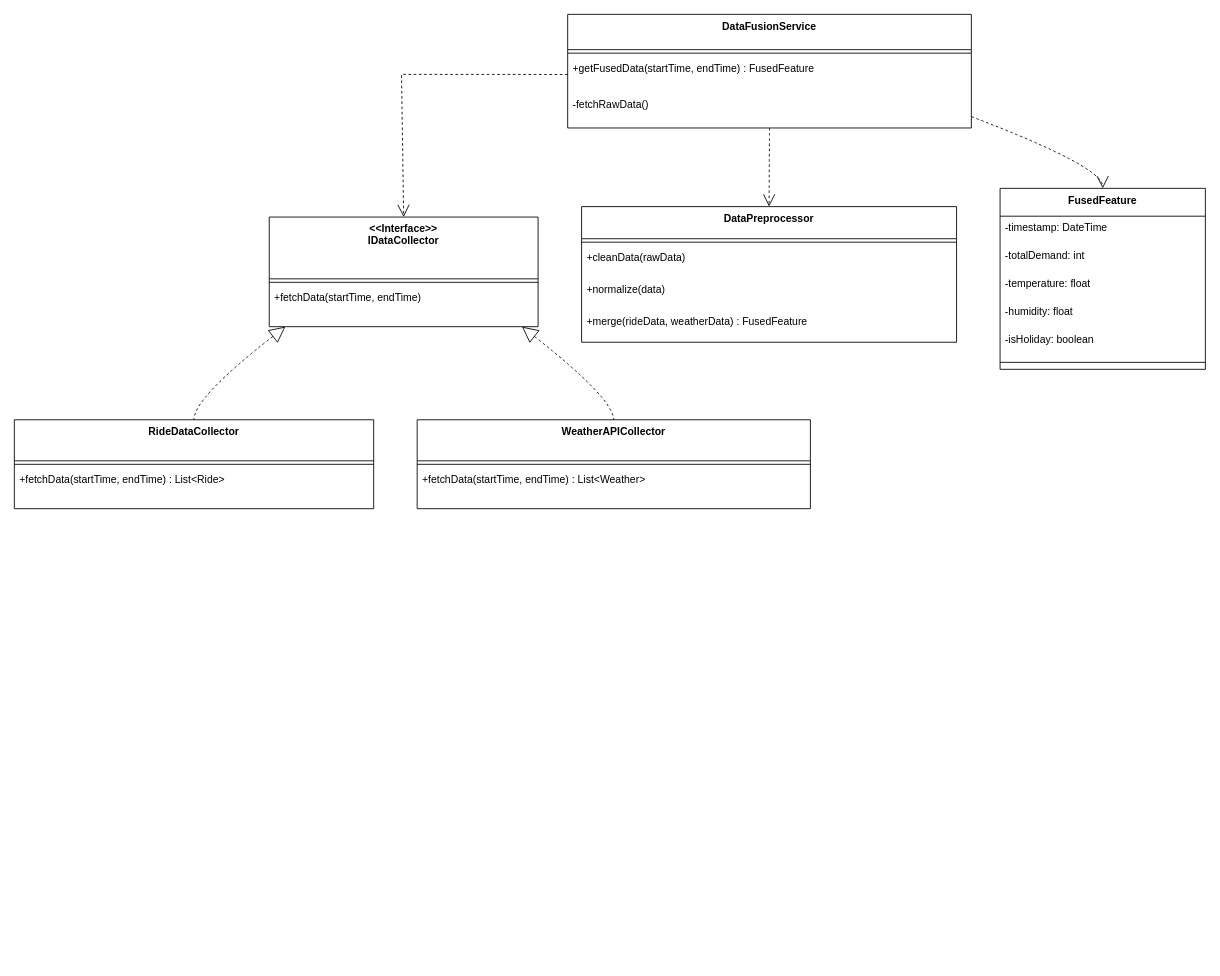
Above: 车站流量类图1.drawio in Lxlorange/drawio (draw.io), before the change. Source tidied: cells renumbered, new cells numbered last; positions are measured from the earlier drawing's top-left corner, leaving out a move shared by most shapes. Both pictures are drawn from the tidied source at 87%, with x=0, y=0 at pixel (14, 14).
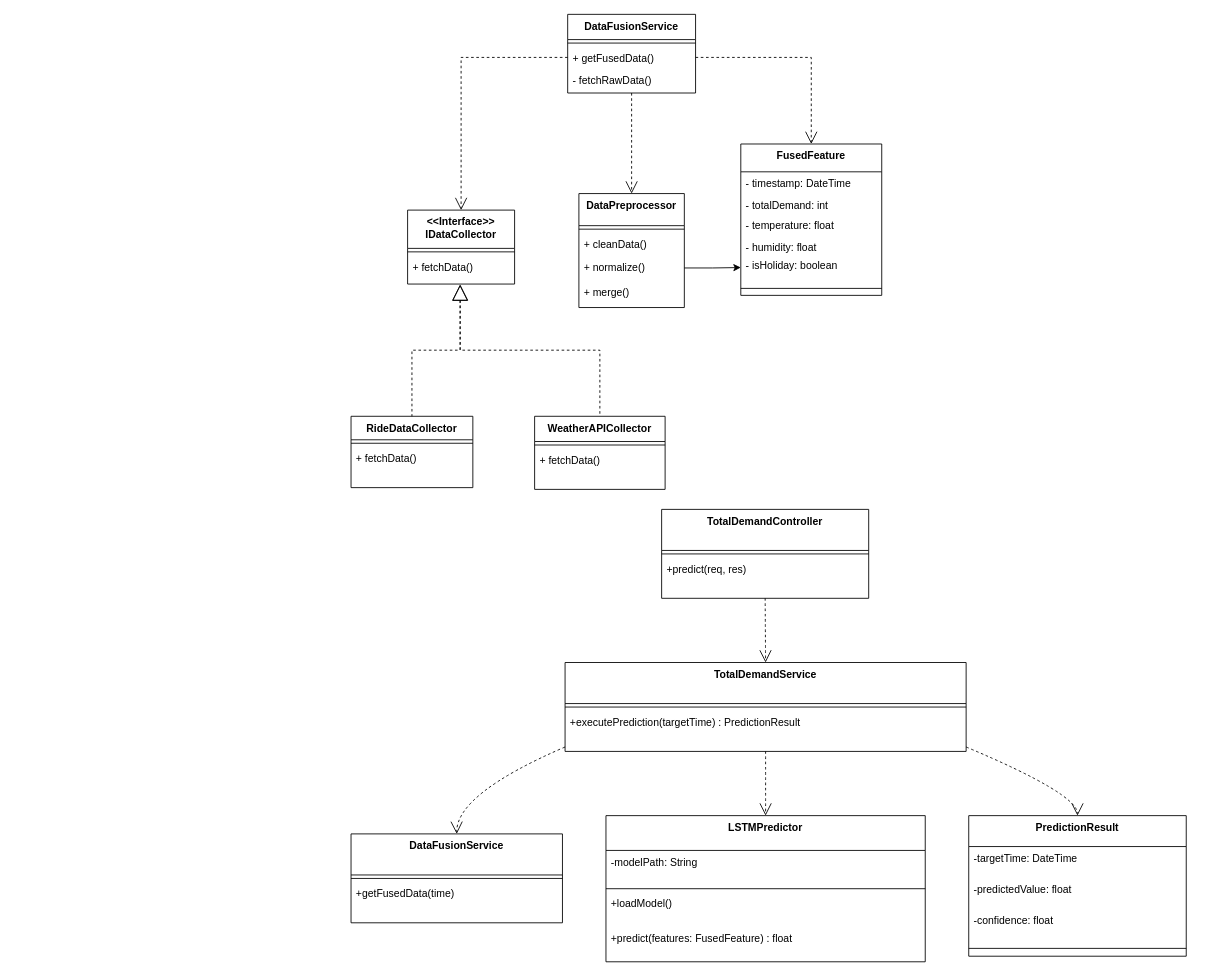
The same diagram, later.

Commit message (it also covers changes not shown here):
Update 车站流量类图1.drawio

Change to the diagram source:
```diff
@@
-    <mxCell id="2" value="DataFusionService" style="swimlane;fontStyle=1;align=center;verticalAlign=top;horizontal=1;startSize=40.571790422712056;" parent="1" vertex="1">
-      <mxGeometry x="636" width="464" height="130.6" as="geometry" />
+    <mxCell id="2" value="DataFusionService" style="swimlane;fontStyle=1;align=center;verticalAlign=top;horizontal=1;startSize=29;" parent="1" vertex="1">
+      <mxGeometry x="636" width="147" height="90.4" as="geometry" />
     </mxCell>
     <mxCell id="3" style="line;strokeWidth=1;fillColor=none;align=left;verticalAlign=middle;spacingTop=-1;spacingLeft=3;spacingRight=3;labelPosition=right;strokeColor=inherit;" parent="2" vertex="1">
-      <mxGeometry y="40.6" width="464" height="8" as="geometry" />
+      <mxGeometry y="29" width="147" height="8" as="geometry" />
     </mxCell>
-    <mxCell id="4" value="+getFusedData(startTime, endTime) : FusedFeature" style="text;strokeColor=none;fillColor=none;align=left;verticalAlign=top;spacingLeft=4;spacingRight=4;overflow=hidden;points=[[0,0.5],[1,0.5]];portConstraint=eastwest;" parent="2" vertex="1">
-      <mxGeometry y="48.6" width="464" height="41" as="geometry" />
+    <mxCell id="4" value="+ getFusedData()" style="text;strokeColor=none;fillColor=none;align=left;verticalAlign=top;spacingLeft=4;spacingRight=4;overflow=hidden;points=[[0,0.5],[1,0.5]];portConstraint=eastwest;" parent="2" vertex="1">
+      <mxGeometry y="37" width="147" height="25" as="geometry" />
     </mxCell>
-    <mxCell id="5" value="-fetchRawData()" style="text;strokeColor=none;fillColor=none;align=left;verticalAlign=top;spacingLeft=4;spacingRight=4;overflow=hidden;" parent="2" vertex="1">
-      <mxGeometry y="89.6" width="464" height="41" as="geometry" />
+    <mxCell id="5" value="- fetchRawData()" style="text;strokeColor=none;fillColor=none;align=left;verticalAlign=top;spacingLeft=4;spacingRight=4;overflow=hidden;" parent="2" vertex="1">
+      <mxGeometry y="62" width="147" height="28.4" as="geometry" />
     </mxCell>
-    <mxCell id="6" value="&lt;&lt;Interface&gt;&gt;&#10;IDataCollector" style="swimlane;fontStyle=1;align=center;verticalAlign=top;horizontal=1;startSize=71.0006332397461;" parent="1" vertex="1">
-      <mxGeometry x="293" y="233" width="309" height="126" as="geometry" />
+    <mxCell id="6" value="&lt;&lt;Interface&gt;&gt;&#10;IDataCollector" style="swimlane;fontStyle=1;align=center;verticalAlign=top;horizontal=1;startSize=44;" parent="1" vertex="1">
+      <mxGeometry x="452" y="225" width="123" height="85" as="geometry" />
     </mxCell>
     <mxCell id="7" style="line;strokeWidth=1;fillColor=none;align=left;verticalAlign=middle;spacingTop=-1;spacingLeft=3;spacingRight=3;labelPosition=right;strokeColor=inherit;" parent="6" vertex="1">
-      <mxGeometry y="71" width="309" height="8" as="geometry" />
+      <mxGeometry y="44" width="123" height="8" as="geometry" />
     </mxCell>
-    <mxCell id="8" value="+fetchData(startTime, endTime)" style="text;strokeColor=none;fillColor=none;align=left;verticalAlign=top;spacingLeft=4;spacingRight=4;overflow=hidden;points=[[0,0.5],[1,0.5]];portConstraint=eastwest;" parent="6" vertex="1">
-      <mxGeometry y="79" width="309" height="47" as="geometry" />
+    <mxCell id="8" value="+ fetchData()" style="text;strokeColor=none;fillColor=none;align=left;verticalAlign=top;spacingLeft=4;spacingRight=4;overflow=hidden;points=[[0,0.5],[1,0.5]];portConstraint=eastwest;" parent="6" vertex="1">
+      <mxGeometry y="52" width="123" height="33" as="geometry" />
     </mxCell>
-    <mxCell id="9" value="RideDataCollector" style="swimlane;fontStyle=1;align=center;verticalAlign=top;horizontal=1;startSize=47.200338745117186;" parent="1" vertex="1">
-      <mxGeometry y="466" width="413" height="102.2" as="geometry" />
+    <mxCell id="9" value="RideDataCollector" style="swimlane;fontStyle=1;align=center;verticalAlign=top;horizontal=1;startSize=27;" parent="1" vertex="1">
+      <mxGeometry x="387" y="462" width="140" height="82" as="geometry" />
     </mxCell>
     <mxCell id="10" style="line;strokeWidth=1;fillColor=none;align=left;verticalAlign=middle;spacingTop=-1;spacingLeft=3;spacingRight=3;labelPosition=right;strokeColor=inherit;" parent="9" vertex="1">
-      <mxGeometry y="47.2" width="413" height="8" as="geometry" />
+      <mxGeometry y="27" width="140" height="8" as="geometry" />
     </mxCell>
-    <mxCell id="11" value="+fetchData(startTime, endTime) : List&lt;Ride&gt;" style="text;strokeColor=none;fillColor=none;align=left;verticalAlign=top;spacingLeft=4;spacingRight=4;overflow=hidden;" parent="9" vertex="1">
-      <mxGeometry y="55.2" width="413" height="47" as="geometry" />
+    <mxCell id="11" value="+ fetchData() " style="text;strokeColor=none;fillColor=none;align=left;verticalAlign=top;spacingLeft=4;spacingRight=4;overflow=hidden;" parent="9" vertex="1">
+      <mxGeometry y="35" width="140" height="47" as="geometry" />
     </mxCell>
-    <mxCell id="12" value="WeatherAPICollector" style="swimlane;fontStyle=1;align=center;verticalAlign=top;horizontal=1;startSize=47.200338745117186;" parent="1" vertex="1">
-      <mxGeometry x="463" y="466" width="452" height="102.2" as="geometry" />
+    <mxCell id="12" value="WeatherAPICollector" style="swimlane;fontStyle=1;align=center;verticalAlign=top;horizontal=1;startSize=29;" parent="1" vertex="1">
+      <mxGeometry x="598" y="462" width="150" height="84" as="geometry" />
     </mxCell>
     <mxCell id="13" style="line;strokeWidth=1;fillColor=none;align=left;verticalAlign=middle;spacingTop=-1;spacingLeft=3;spacingRight=3;labelPosition=right;strokeColor=inherit;" parent="12" vertex="1">
-      <mxGeometry y="47.2" width="452" height="8" as="geometry" />
+      <mxGeometry y="29" width="150" height="8" as="geometry" />
     </mxCell>
-    <mxCell id="14" value="+fetchData(startTime, endTime) : List&lt;Weather&gt;" style="text;strokeColor=none;fillColor=none;align=left;verticalAlign=top;spacingLeft=4;spacingRight=4;overflow=hidden;" parent="12" vertex="1">
-      <mxGeometry y="55.2" width="452" height="47" as="geometry" />
+    <mxCell id="14" value="+ fetchData() " style="text;strokeColor=none;fillColor=none;align=left;verticalAlign=top;spacingLeft=4;spacingRight=4;overflow=hidden;" parent="12" vertex="1">
+      <mxGeometry y="37" width="150" height="47" as="geometry" />
     </mxCell>
     <mxCell id="15" value="DataPreprocessor" style="swimlane;fontStyle=1;align=center;verticalAlign=top;horizontal=1;startSize=36.889261881510414;" parent="1" vertex="1">
-      <mxGeometry x="652" y="221" width="431" height="155.9" as="geometry" />
+      <mxGeometry x="648.9" y="206" width="121.2" height="131" as="geometry" />
     </mxCell>
     <mxCell id="16" style="line;strokeWidth=1;fillColor=none;align=left;verticalAlign=middle;spacingTop=-1;spacingLeft=3;spacingRight=3;labelPosition=right;strokeColor=inherit;" parent="15" vertex="1">
-      <mxGeometry y="36.9" width="431" height="8" as="geometry" />
+      <mxGeometry y="36.9" width="121.2" height="8" as="geometry" />
     </mxCell>
-    <mxCell id="17" value="+cleanData(rawData)" style="text;strokeColor=none;fillColor=none;align=left;verticalAlign=top;spacingLeft=4;spacingRight=4;overflow=hidden;" parent="15" vertex="1">
-      <mxGeometry y="44.9" width="431" height="37" as="geometry" />
+    <mxCell id="17" value="+ cleanData()" style="text;strokeColor=none;fillColor=none;align=left;verticalAlign=top;spacingLeft=4;spacingRight=4;overflow=hidden;" parent="15" vertex="1">
+      <mxGeometry y="44.9" width="121.2" height="26.1" as="geometry" />
     </mxCell>
-    <mxCell id="18" value="+normalize(data)" style="text;strokeColor=none;fillColor=none;align=left;verticalAlign=top;spacingLeft=4;spacingRight=4;overflow=hidden;points=[[0,0.5],[1,0.5]];portConstraint=eastwest;" parent="15" vertex="1">
-      <mxGeometry y="81.9" width="431" height="37" as="geometry" />
+    <mxCell id="18" value="+ normalize()" style="text;strokeColor=none;fillColor=none;align=left;verticalAlign=top;spacingLeft=4;spacingRight=4;overflow=hidden;points=[[0,0.5],[1,0.5]];portConstraint=eastwest;" parent="15" vertex="1">
+      <mxGeometry y="71" width="121.2" height="29" as="geometry" />
     </mxCell>
-    <mxCell id="19" value="+merge(rideData, weatherData) : FusedFeature" style="text;strokeColor=none;fillColor=none;align=left;verticalAlign=top;spacingLeft=4;spacingRight=4;overflow=hidden;" parent="15" vertex="1">
-      <mxGeometry y="118.9" width="431" height="37" as="geometry" />
+    <mxCell id="19" value="+ merge() " style="text;strokeColor=none;fillColor=none;align=left;verticalAlign=top;spacingLeft=4;spacingRight=4;overflow=hidden;" parent="15" vertex="1">
+      <mxGeometry y="100" width="121.2" height="31" as="geometry" />
     </mxCell>
     <mxCell id="20" value="FusedFeature" style="swimlane;fontStyle=1;align=center;verticalAlign=top;horizontal=1;startSize=32.000387338491585;" parent="1" vertex="1">
-      <mxGeometry x="1133" y="200" width="236" height="208" as="geometry" />
+      <mxGeometry x="835" y="149" width="162" height="174" as="geometry" />
     </mxCell>
-    <mxCell id="21" value="-timestamp: DateTime" style="text;strokeColor=none;fillColor=none;align=left;verticalAlign=top;spacingLeft=4;spacingRight=4;overflow=hidden;" parent="20" vertex="1">
-      <mxGeometry y="32" width="236" height="32" as="geometry" />
+    <mxCell id="21" value="- timestamp: DateTime" style="text;strokeColor=none;fillColor=none;align=left;verticalAlign=top;spacingLeft=4;spacingRight=4;overflow=hidden;" parent="20" vertex="1">
+      <mxGeometry y="32" width="162" height="25" as="geometry" />
     </mxCell>
-    <mxCell id="22" value="-totalDemand: int" style="text;strokeColor=none;fillColor=none;align=left;verticalAlign=top;spacingLeft=4;spacingRight=4;overflow=hidden;" parent="20" vertex="1">
-      <mxGeometry y="64" width="236" height="32" as="geometry" />
+    <mxCell id="22" value="- totalDemand: int" style="text;strokeColor=none;fillColor=none;align=left;verticalAlign=top;spacingLeft=4;spacingRight=4;overflow=hidden;" parent="20" vertex="1">
+      <mxGeometry y="57" width="162" height="23" as="geometry" />
     </mxCell>
-    <mxCell id="23" value="-temperature: float" style="text;strokeColor=none;fillColor=none;align=left;verticalAlign=top;spacingLeft=4;spacingRight=4;overflow=hidden;" parent="20" vertex="1">
-      <mxGeometry y="96" width="236" height="32" as="geometry" />
+    <mxCell id="23" value="- temperature: float" style="text;strokeColor=none;fillColor=none;align=left;verticalAlign=top;spacingLeft=4;spacingRight=4;overflow=hidden;" parent="20" vertex="1">
+      <mxGeometry y="80" width="162" height="25" as="geometry" />
     </mxCell>
-    <mxCell id="24" value="-humidity: float" style="text;strokeColor=none;fillColor=none;align=left;verticalAlign=top;spacingLeft=4;spacingRight=4;overflow=hidden;" parent="20" vertex="1">
-      <mxGeometry y="128" width="236" height="32" as="geometry" />
+    <mxCell id="24" value="- humidity: float" style="text;strokeColor=none;fillColor=none;align=left;verticalAlign=top;spacingLeft=4;spacingRight=4;overflow=hidden;" parent="20" vertex="1">
+      <mxGeometry y="105" width="162" height="21" as="geometry" />
     </mxCell>
-    <mxCell id="25" value="-isHoliday: boolean" style="text;strokeColor=none;fillColor=none;align=left;verticalAlign=top;spacingLeft=4;spacingRight=4;overflow=hidden;points=[[0,0.5],[1,0.5]];portConstraint=eastwest;" parent="20" vertex="1">
-      <mxGeometry y="160" width="236" height="32" as="geometry" />
+    <mxCell id="25" value="- isHoliday: boolean" style="text;strokeColor=none;fillColor=none;align=left;verticalAlign=top;spacingLeft=4;spacingRight=4;overflow=hidden;points=[[0,0.5],[1,0.5]];portConstraint=eastwest;" parent="20" vertex="1">
+      <mxGeometry y="126" width="162" height="32" as="geometry" />
     </mxCell>
     <mxCell id="26" style="line;strokeWidth=1;fillColor=none;align=left;verticalAlign=middle;spacingTop=-1;spacingLeft=3;spacingRight=3;labelPosition=right;strokeColor=inherit;" parent="20" vertex="1">
-      <mxGeometry y="192" width="236" height="16" as="geometry" />
+      <mxGeometry y="158" width="162" height="16" as="geometry" />
     </mxCell>
-    <mxCell id="27" style="curved=0;dashed=1;startArrow=none;endArrow=open;endSize=12;exitX=0;exitY=0.5;entryX=0.5;entryY=0;rounded=0;exitDx=0;exitDy=0;" parent="1" edge="1" source="4" target="6">
-      <mxGeometry relative="1" as="geometry">
-        <Array as="points">
-          <mxPoint x="445" y="69" />
-        </Array>
-      </mxGeometry>
+    <mxCell id="27" style="dashed=1;startArrow=none;endArrow=open;endSize=12;exitX=0;exitY=0.5;entryX=0.5;entryY=0;rounded=0;exitDx=0;exitDy=0;edgeStyle=orthogonalEdgeStyle;" parent="1" edge="1" source="4" target="6">
+      <mxGeometry relative="1" as="geometry" />
     </mxCell>
-    <mxCell id="28" style="curved=1;dashed=1;startArrow=block;startSize=16;startFill=0;endArrow=none;exitX=0.06;exitY=1;entryX=0.5;entryY=0;rounded=0;" parent="1" edge="1" source="6" target="9">
-      <mxGeometry relative="1" as="geometry">
-        <Array as="points">
-          <mxPoint x="206" y="441" />
-        </Array>
-      </mxGeometry>
+    <mxCell id="28" style="dashed=1;startArrow=block;startSize=16;startFill=0;endArrow=none;exitX=0.49;exitY=1.022;entryX=0.5;entryY=0;rounded=0;edgeStyle=orthogonalEdgeStyle;exitDx=0;exitDy=0;exitPerimeter=0;" parent="1" edge="1" source="8" target="9">
+      <mxGeometry relative="1" as="geometry" />
     </mxCell>
-    <mxCell id="29" style="curved=1;dashed=1;startArrow=block;startSize=16;startFill=0;endArrow=none;exitX=0.94;exitY=1;entryX=0.5;entryY=0;rounded=0;" parent="1" edge="1" source="6" target="12">
-      <mxGeometry relative="1" as="geometry">
-        <Array as="points">
-          <mxPoint x="688" y="441" />
-        </Array>
-      </mxGeometry>
+    <mxCell id="29" style="dashed=1;startArrow=block;startSize=16;startFill=0;endArrow=none;exitX=0.492;exitY=1.013;entryX=0.5;entryY=0;rounded=0;edgeStyle=orthogonalEdgeStyle;exitDx=0;exitDy=0;exitPerimeter=0;" parent="1" edge="1" source="8" target="12">
+      <mxGeometry relative="1" as="geometry" />
     </mxCell>
-    <mxCell id="30" style="curved=1;dashed=1;startArrow=none;endArrow=open;endSize=12;exitX=0.5;exitY=1;entryX=0.5;entryY=0;rounded=0;" parent="1" edge="1" source="2" target="15">
+    <mxCell id="30" style="dashed=1;startArrow=none;endArrow=open;endSize=12;exitX=0.5;exitY=1;entryX=0.5;entryY=0;rounded=0;edgeStyle=orthogonalEdgeStyle;" parent="1" edge="1" source="2" target="15">
       <mxGeometry relative="1" as="geometry" />
     </mxCell>
-    <mxCell id="31" style="curved=1;dashed=1;startArrow=none;endArrow=open;endSize=12;exitX=1;exitY=0.9;entryX=0.5;entryY=0;rounded=0;" parent="1" edge="1" source="2" target="20">
-      <mxGeometry relative="1" as="geometry">
-        <Array as="points">
-          <mxPoint x="1251" y="175" />
-        </Array>
-      </mxGeometry>
+    <mxCell id="31" style="dashed=1;startArrow=none;endArrow=open;endSize=12;entryX=0.5;entryY=0;rounded=0;edgeStyle=orthogonalEdgeStyle;" parent="1" edge="1" source="4" target="20">
+      <mxGeometry relative="1" as="geometry" />
     </mxCell>
+    <mxCell id="32" style="edgeStyle=orthogonalEdgeStyle;rounded=0;jettySize=auto;html=1;" parent="1" edge="1" source="18" target="25">
+      <mxGeometry relative="1" as="geometry" />
+    </mxCell>
+    <mxCell id="33" value="TotalDemandController" style="swimlane;fontStyle=1;align=center;verticalAlign=top;horizontal=1;startSize=47.200338745117186;" parent="1" vertex="1">
+      <mxGeometry x="744" y="569" width="238" height="102.2" as="geometry" />
+    </mxCell>
+    <mxCell id="34" style="line;strokeWidth=1;fillColor=none;align=left;verticalAlign=middle;spacingTop=-1;spacingLeft=3;spacingRight=3;labelPosition=right;strokeColor=inherit;" parent="33" vertex="1">
+      <mxGeometry y="47.2" width="238" height="8" as="geometry" />
+    </mxCell>
+    <mxCell id="35" value="+predict(req, res)" style="text;strokeColor=none;fillColor=none;align=left;verticalAlign=top;spacingLeft=4;spacingRight=4;overflow=hidden;" parent="33" vertex="1">
+      <mxGeometry y="55.2" width="238" height="47" as="geometry" />
+    </mxCell>
+    <mxCell id="36" value="TotalDemandService" style="swimlane;fontStyle=1;align=center;verticalAlign=top;horizontal=1;startSize=47.200338745117186;" parent="1" vertex="1">
+      <mxGeometry x="633" y="745" width="461" height="102.2" as="geometry" />
+    </mxCell>
+    <mxCell id="37" style="line;strokeWidth=1;fillColor=none;align=left;verticalAlign=middle;spacingTop=-1;spacingLeft=3;spacingRight=3;labelPosition=right;strokeColor=inherit;" parent="36" vertex="1">
+      <mxGeometry y="47.2" width="461" height="8" as="geometry" />
+    </mxCell>
+    <mxCell id="38" value="+executePrediction(targetTime) : PredictionResult" style="text;strokeColor=none;fillColor=none;align=left;verticalAlign=top;spacingLeft=4;spacingRight=4;overflow=hidden;" parent="36" vertex="1">
+      <mxGeometry y="55.2" width="461" height="47" as="geometry" />
+    </mxCell>
+    <mxCell id="39" value="DataFusionService" style="swimlane;fontStyle=1;align=center;verticalAlign=top;horizontal=1;startSize=47.200338745117186;" parent="1" vertex="1">
+      <mxGeometry x="387" y="942" width="243" height="102.2" as="geometry" />
+    </mxCell>
+    <mxCell id="40" style="line;strokeWidth=1;fillColor=none;align=left;verticalAlign=middle;spacingTop=-1;spacingLeft=3;spacingRight=3;labelPosition=right;strokeColor=inherit;" parent="39" vertex="1">
+      <mxGeometry y="47.2" width="243" height="8" as="geometry" />
+    </mxCell>
+    <mxCell id="41" value="+getFusedData(time)" style="text;strokeColor=none;fillColor=none;align=left;verticalAlign=top;spacingLeft=4;spacingRight=4;overflow=hidden;" parent="39" vertex="1">
+      <mxGeometry y="55.2" width="243" height="47" as="geometry" />
+    </mxCell>
+    <mxCell id="42" value="LSTMPredictor" style="swimlane;fontStyle=1;align=center;verticalAlign=top;horizontal=1;startSize=40.00041961669922;" parent="1" vertex="1">
+      <mxGeometry x="680" y="921" width="367" height="168" as="geometry" />
+    </mxCell>
+    <mxCell id="43" value="-modelPath: String" style="text;strokeColor=none;fillColor=none;align=left;verticalAlign=top;spacingLeft=4;spacingRight=4;overflow=hidden;" parent="42" vertex="1">
+      <mxGeometry y="40" width="367" height="40" as="geometry" />
+    </mxCell>
+    <mxCell id="44" style="line;strokeWidth=1;fillColor=none;align=left;verticalAlign=middle;spacingTop=-1;spacingLeft=3;spacingRight=3;labelPosition=right;strokeColor=inherit;" parent="42" vertex="1">
+      <mxGeometry y="80" width="367" height="8" as="geometry" />
+    </mxCell>
+    <mxCell id="45" value="+loadModel()" style="text;strokeColor=none;fillColor=none;align=left;verticalAlign=top;spacingLeft=4;spacingRight=4;overflow=hidden;" parent="42" vertex="1">
+      <mxGeometry y="88" width="367" height="40" as="geometry" />
+    </mxCell>
+    <mxCell id="46" value="+predict(features: FusedFeature) : float" style="text;strokeColor=none;fillColor=none;align=left;verticalAlign=top;spacingLeft=4;spacingRight=4;overflow=hidden;" parent="42" vertex="1">
+      <mxGeometry y="128" width="367" height="40" as="geometry" />
+    </mxCell>
+    <mxCell id="47" value="PredictionResult" style="swimlane;fontStyle=1;align=center;verticalAlign=top;horizontal=1;startSize=35.555928548177086;" parent="1" vertex="1">
+      <mxGeometry x="1097" y="921" width="250" height="161.6" as="geometry" />
+    </mxCell>
+    <mxCell id="48" value="-targetTime: DateTime" style="text;strokeColor=none;fillColor=none;align=left;verticalAlign=top;spacingLeft=4;spacingRight=4;overflow=hidden;" parent="47" vertex="1">
+      <mxGeometry y="35.6" width="250" height="36" as="geometry" />
+    </mxCell>
+    <mxCell id="49" value="-predictedValue: float" style="text;strokeColor=none;fillColor=none;align=left;verticalAlign=top;spacingLeft=4;spacingRight=4;overflow=hidden;" parent="47" vertex="1">
+      <mxGeometry y="71.6" width="250" height="36" as="geometry" />
+    </mxCell>
+    <mxCell id="50" value="-confidence: float" style="text;strokeColor=none;fillColor=none;align=left;verticalAlign=top;spacingLeft=4;spacingRight=4;overflow=hidden;" parent="47" vertex="1">
+      <mxGeometry y="107.6" width="250" height="36" as="geometry" />
+    </mxCell>
+    <mxCell id="51" style="line;strokeWidth=1;fillColor=none;align=left;verticalAlign=middle;spacingTop=-1;spacingLeft=3;spacingRight=3;labelPosition=right;strokeColor=inherit;" parent="47" vertex="1">
+      <mxGeometry y="143.6" width="250" height="18" as="geometry" />
+    </mxCell>
+    <mxCell id="52" style="curved=1;dashed=1;startArrow=none;endArrow=open;endSize=12;exitX=0.5;exitY=1;entryX=0.5;entryY=0;rounded=0;" parent="1" edge="1" source="33" target="36">
+      <mxGeometry relative="1" as="geometry" />
+    </mxCell>
+    <mxCell id="53" style="curved=1;dashed=1;startArrow=none;endArrow=open;endSize=12;exitX=0;exitY=0.95;entryX=0.5;entryY=0;rounded=0;" parent="1" edge="1" source="36" target="39">
+      <mxGeometry relative="1" as="geometry">
+        <Array as="points">
+          <mxPoint x="508" y="896" />
+        </Array>
+      </mxGeometry>
+    </mxCell>
+    <mxCell id="54" style="curved=1;dashed=1;startArrow=none;endArrow=open;endSize=12;exitX=0.5;exitY=1;entryX=0.5;entryY=0;rounded=0;" parent="1" edge="1" source="36" target="42">
+      <mxGeometry relative="1" as="geometry" />
+    </mxCell>
+    <mxCell id="55" style="curved=1;dashed=1;startArrow=none;endArrow=open;endSize=12;exitX=1;exitY=0.95;entryX=0.5;entryY=0;rounded=0;" parent="1" edge="1" source="36" target="47">
+      <mxGeometry relative="1" as="geometry">
+        <Array as="points">
+          <mxPoint x="1222" y="896" />
+        </Array>
+      </mxGeometry>
+    </mxCell>
```
